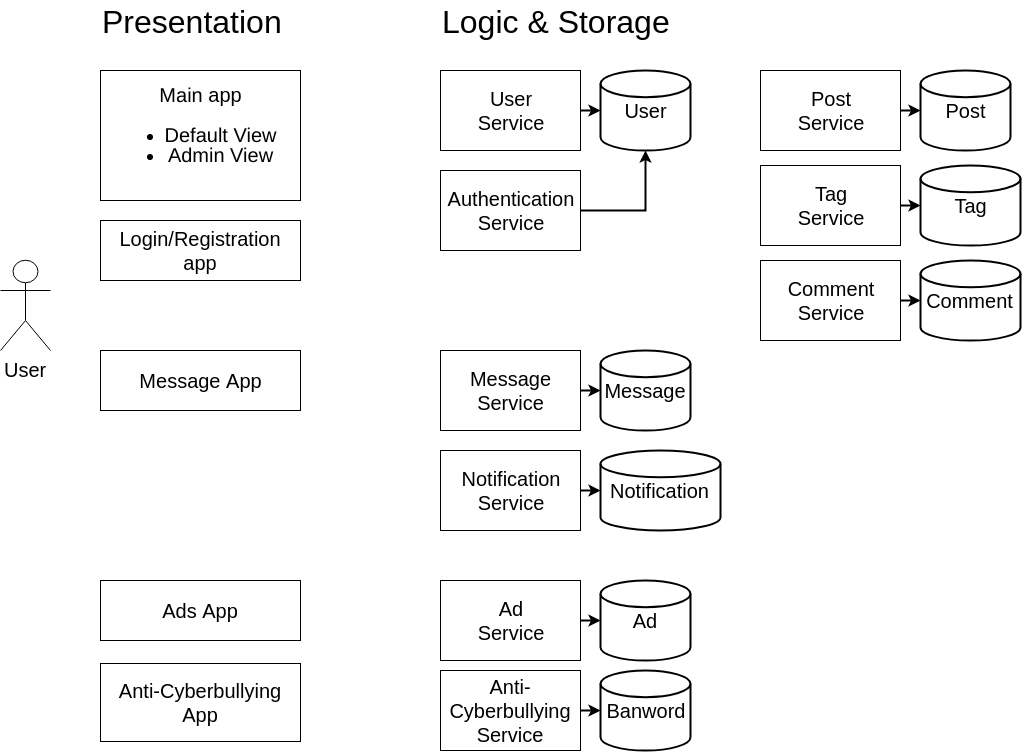
Earlier version of the draw.io export Asssignment 1/DC.png (ZhongXiLu/DistributedComputing). Source tidied: cells renumbered, new cells last; positions are measured from the earlier drawing's top-left corner, leaving out a move shared by most shapes.
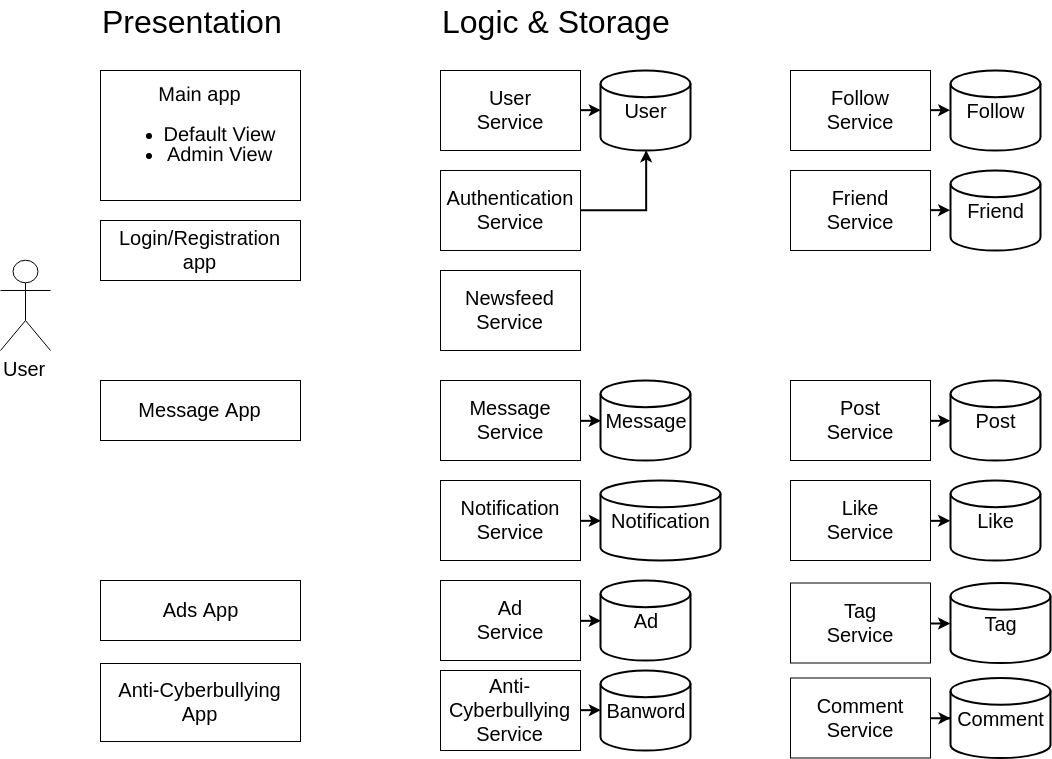
After the commit.

Commit message:
Added new services to diagram + added newsfeed/like service to report

The edit, as a diff of the source:
```diff
@@ -18,7 +18,7 @@
       <mxGeometry x="160" width="90" height="80" as="geometry" />
     </mxCell>
     <mxCell id="7" style="group;" parent="1" vertex="1">
-      <mxGeometry x="760" y="70" width="250" height="80" as="geometry" />
+      <mxGeometry x="790" y="380" width="250" height="80" as="geometry" />
     </mxCell>
     <mxCell id="8" style="edgeStyle=orthogonalEdgeStyle;rounded=0;jettySize=auto;html=1;exitX=1;exitY=0.5;exitDx=0;exitDy=0;entryX=0;entryY=0.5;entryDx=0;entryDy=0;entryPerimeter=0;strokeWidth=2;" parent="7" edge="1" source="9" target="10">
       <mxGeometry relative="1" as="geometry" />
@@ -30,7 +30,7 @@
       <mxGeometry x="160" width="90" height="80" as="geometry" />
     </mxCell>
     <mxCell id="11" style="group;" parent="1" vertex="1">
-      <mxGeometry x="440" y="350" width="250" height="80" as="geometry" />
+      <mxGeometry x="440" y="380" width="250" height="80" as="geometry" />
     </mxCell>
     <mxCell id="12" value="&lt;font style=&quot;font-size: 20px&quot;&gt;Message&lt;br&gt;Service&lt;/font&gt;&lt;br&gt;" style="rounded=0;whiteSpace=wrap;html=1;" parent="11" vertex="1">
       <mxGeometry width="140" height="80" as="geometry" />
@@ -39,7 +39,7 @@
       <mxGeometry x="160" width="90" height="80" as="geometry" />
     </mxCell>
     <mxCell id="14" style="group;" parent="1" vertex="1">
-      <mxGeometry x="440" y="450" width="280" height="80" as="geometry" />
+      <mxGeometry x="440" y="480" width="280" height="80" as="geometry" />
     </mxCell>
     <mxCell id="15" style="edgeStyle=orthogonalEdgeStyle;rounded=0;jettySize=auto;html=1;exitX=1;exitY=0.5;exitDx=0;exitDy=0;entryX=0;entryY=0.5;entryDx=0;entryDy=0;entryPerimeter=0;strokeWidth=2;" parent="14" edge="1" source="16" target="17">
       <mxGeometry relative="1" as="geometry" />
@@ -72,7 +72,7 @@
       <mxGeometry x="160" width="90" height="80" as="geometry" />
     </mxCell>
     <mxCell id="25" style="group;" parent="1" vertex="1">
-      <mxGeometry x="760" y="165" width="260" height="80" as="geometry" />
+      <mxGeometry x="790" y="582.5" width="260" height="80" as="geometry" />
     </mxCell>
     <mxCell id="26" value="&lt;font style=&quot;font-size: 20px&quot;&gt;Tag&lt;br&gt;Service&lt;/font&gt;&lt;br&gt;" style="rounded=0;whiteSpace=wrap;html=1;" parent="25" vertex="1">
       <mxGeometry width="140" height="80" as="geometry" />
@@ -90,7 +90,7 @@
       <mxGeometry x="100" y="220" width="200" height="60" as="geometry" />
     </mxCell>
     <mxCell id="31" value="&lt;font style=&quot;font-size: 20px&quot;&gt;Message App&lt;/font&gt;" style="rounded=0;whiteSpace=wrap;html=1;" parent="1" vertex="1">
-      <mxGeometry x="100" y="350" width="200" height="60" as="geometry" />
+      <mxGeometry x="100" y="380" width="200" height="60" as="geometry" />
     </mxCell>
     <mxCell id="32" value="&lt;font style=&quot;font-size: 20px&quot;&gt;Ads App&lt;/font&gt;" style="rounded=0;whiteSpace=wrap;html=1;" parent="1" vertex="1">
       <mxGeometry x="100" y="580" width="200" height="60" as="geometry" />
@@ -108,22 +108,20 @@
       <mxGeometry x="440" width="240" height="20" as="geometry" />
     </mxCell>
     <mxCell id="37" style="group;" parent="1" vertex="1">
-      <mxGeometry x="760" y="260" width="260" height="80" as="geometry" />
+      <mxGeometry x="790" y="677.5" width="260" height="80" as="geometry" />
     </mxCell>
+    <mxCell id="44" style="edgeStyle=orthogonalEdgeStyle;rounded=0;jettySize=auto;html=1;exitX=1;exitY=0.5;exitDx=0;exitDy=0;strokeWidth=2;" parent="37" edge="1" source="38" target="39">
+      <mxGeometry relative="1" as="geometry" />
+    </mxCell>
     <mxCell id="38" value="&lt;font style=&quot;font-size: 20px&quot;&gt;Comment&lt;br&gt;Service&lt;/font&gt;&lt;br&gt;" style="rounded=0;whiteSpace=wrap;html=1;" parent="37" vertex="1">
       <mxGeometry width="140" height="80" as="geometry" />
     </mxCell>
     <mxCell id="39" value="&lt;font style=&quot;font-size: 20px&quot;&gt;Comment&lt;/font&gt;" style="strokeWidth=2;html=1;shape=mxgraph.flowchart.database;whiteSpace=wrap;" parent="37" vertex="1">
       <mxGeometry x="160" width="100" height="80" as="geometry" />
     </mxCell>
-    <mxCell id="40" style="edgeStyle=orthogonalEdgeStyle;rounded=0;jettySize=auto;html=1;exitX=1;exitY=0.5;exitDx=0;exitDy=0;strokeWidth=2;" parent="1" edge="1" source="38">
-      <mxGeometry relative="1" as="geometry">
-        <mxPoint x="920.3" y="300.3" as="targetPoint" />
-      </mxGeometry>
-    </mxCell>
     <mxCell id="41" style="edgeStyle=orthogonalEdgeStyle;rounded=0;jettySize=auto;html=1;exitX=1;exitY=0.5;exitDx=0;exitDy=0;strokeWidth=2;" parent="1" edge="1" source="12">
       <mxGeometry relative="1" as="geometry">
-        <mxPoint x="600.3" y="389.7" as="targetPoint" />
+        <mxPoint x="600.3" y="419.7" as="targetPoint" />
       </mxGeometry>
     </mxCell>
     <mxCell id="42" style="edgeStyle=orthogonalEdgeStyle;rounded=0;jettySize=auto;html=1;exitX=1;exitY=0.5;exitDx=0;exitDy=0;strokeWidth=2;" parent="1" edge="1" source="23">
@@ -133,8 +131,50 @@
     </mxCell>
     <mxCell id="43" style="edgeStyle=orthogonalEdgeStyle;rounded=0;jettySize=auto;html=1;exitX=1;exitY=0.5;exitDx=0;exitDy=0;strokeWidth=2;" parent="1" edge="1" source="26">
       <mxGeometry relative="1" as="geometry">
-        <mxPoint x="920" y="205" as="targetPoint" />
+        <mxPoint x="950" y="622.5" as="targetPoint" />
       </mxGeometry>
     </mxCell>
+    <mxCell id="45" style="group;" parent="1" vertex="1">
+      <mxGeometry x="790" y="480" width="250" height="80" as="geometry" />
+    </mxCell>
+    <mxCell id="46" style="edgeStyle=orthogonalEdgeStyle;rounded=0;jettySize=auto;html=1;exitX=1;exitY=0.5;exitDx=0;exitDy=0;entryX=0;entryY=0.5;entryDx=0;entryDy=0;entryPerimeter=0;strokeWidth=2;" parent="45" edge="1" source="47" target="48">
+      <mxGeometry relative="1" as="geometry" />
+    </mxCell>
+    <mxCell id="47" value="&lt;font style=&quot;font-size: 20px&quot;&gt;Like&lt;br&gt;Service&lt;/font&gt;&lt;br&gt;" style="rounded=0;whiteSpace=wrap;html=1;" parent="45" vertex="1">
+      <mxGeometry width="140" height="80" as="geometry" />
+    </mxCell>
+    <mxCell id="48" value="&lt;font style=&quot;font-size: 20px&quot;&gt;Like&lt;/font&gt;" style="strokeWidth=2;html=1;shape=mxgraph.flowchart.database;whiteSpace=wrap;" parent="45" vertex="1">
+      <mxGeometry x="160" width="90" height="80" as="geometry" />
+    </mxCell>
+    <mxCell id="49" style="group;" parent="1" vertex="1">
+      <mxGeometry x="790" y="70" width="250" height="80" as="geometry" />
+    </mxCell>
+    <mxCell id="50" style="edgeStyle=orthogonalEdgeStyle;rounded=0;jettySize=auto;html=1;exitX=1;exitY=0.5;exitDx=0;exitDy=0;entryX=0;entryY=0.5;entryDx=0;entryDy=0;entryPerimeter=0;strokeWidth=2;" parent="49" edge="1" source="51" target="52">
+      <mxGeometry relative="1" as="geometry" />
+    </mxCell>
+    <mxCell id="51" value="&lt;font style=&quot;font-size: 20px&quot;&gt;Follow&lt;br&gt;Service&lt;/font&gt;&lt;br&gt;" style="rounded=0;whiteSpace=wrap;html=1;" parent="49" vertex="1">
+      <mxGeometry width="140" height="80" as="geometry" />
+    </mxCell>
+    <mxCell id="52" value="&lt;font style=&quot;font-size: 20px&quot;&gt;Follow&lt;/font&gt;" style="strokeWidth=2;html=1;shape=mxgraph.flowchart.database;whiteSpace=wrap;" parent="49" vertex="1">
+      <mxGeometry x="160" width="90" height="80" as="geometry" />
+    </mxCell>
+    <mxCell id="53" style="group;" parent="1" vertex="1">
+      <mxGeometry x="790" y="170" width="250" height="80" as="geometry" />
+    </mxCell>
+    <mxCell id="54" style="edgeStyle=orthogonalEdgeStyle;rounded=0;jettySize=auto;html=1;exitX=1;exitY=0.5;exitDx=0;exitDy=0;entryX=0;entryY=0.5;entryDx=0;entryDy=0;entryPerimeter=0;strokeWidth=2;" parent="53" edge="1" source="55" target="56">
+      <mxGeometry relative="1" as="geometry" />
+    </mxCell>
+    <mxCell id="55" value="&lt;font style=&quot;font-size: 20px&quot;&gt;Friend&lt;br&gt;Service&lt;/font&gt;&lt;br&gt;" style="rounded=0;whiteSpace=wrap;html=1;" parent="53" vertex="1">
+      <mxGeometry width="140" height="80" as="geometry" />
+    </mxCell>
+    <mxCell id="56" value="&lt;font style=&quot;font-size: 20px&quot;&gt;Friend&lt;/font&gt;" style="strokeWidth=2;html=1;shape=mxgraph.flowchart.database;whiteSpace=wrap;" parent="53" vertex="1">
+      <mxGeometry x="160" width="90" height="80" as="geometry" />
+    </mxCell>
+    <mxCell id="57" style="group;" parent="1" vertex="1">
+      <mxGeometry x="440" y="270" width="250" height="80" as="geometry" />
+    </mxCell>
+    <mxCell id="58" value="&lt;font style=&quot;font-size: 20px&quot;&gt;Newsfeed&lt;br&gt;Service&lt;/font&gt;&lt;br&gt;" style="rounded=0;whiteSpace=wrap;html=1;" parent="57" vertex="1">
+      <mxGeometry width="140" height="80" as="geometry" />
+    </mxCell>
   </root>
 </mxGraphModel>
```
